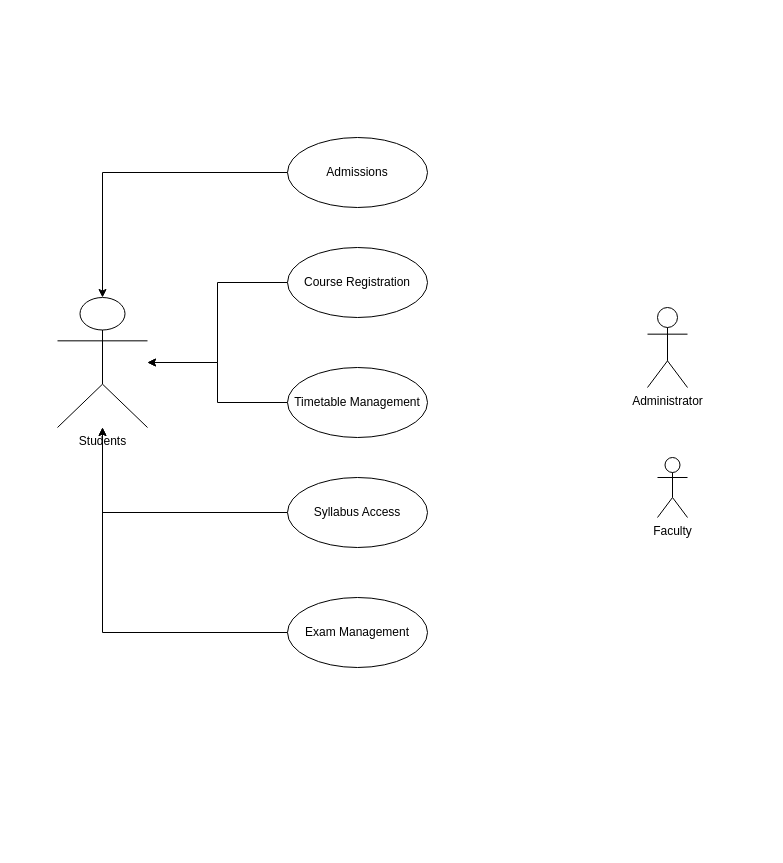
Before: Lab1.drawio in AdityaJyoti2002/calendar-, a draw.io diagram. Source tidied: cells renumbered, new cells numbered last; positions are measured from the earlier drawing's top-left corner, leaving out a move shared by most shapes. Both pictures are drawn from the tidied source at 100%, with x=0, y=0 at pixel (57, 137).
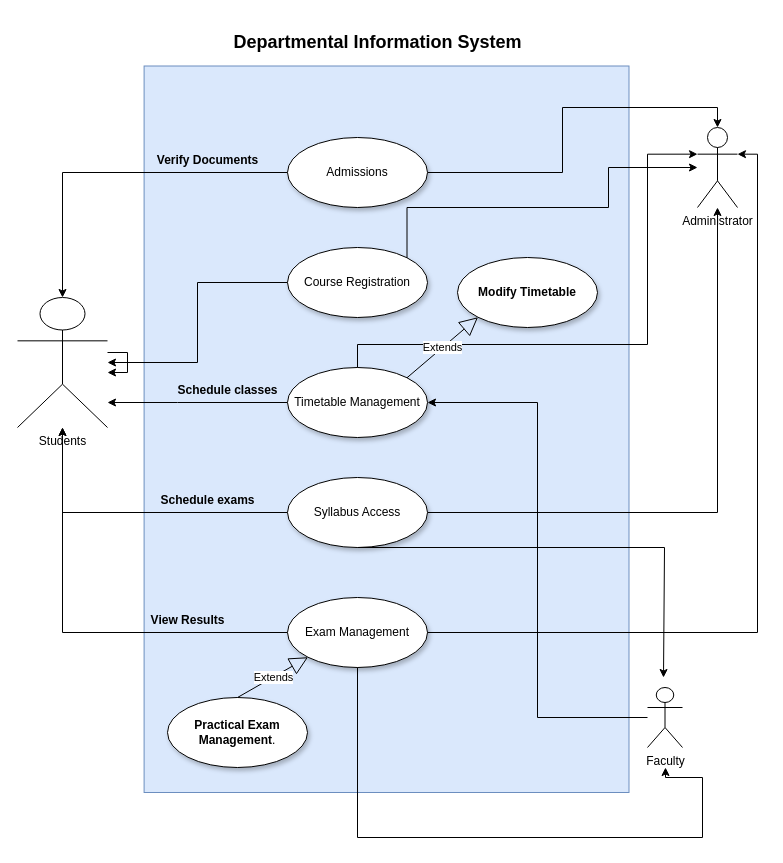
After the change.

The edit, as a diff of the source:
```diff
@@
+    <mxCell id="15" style="rounded=0;whiteSpace=wrap;html=1;rotation=90;fillColor=#dae8fc;strokeColor=#6c8ebf;" parent="1" vertex="1">
+      <mxGeometry x="-34.2" y="49.3" width="726.5" height="484.9" as="geometry" />
+    </mxCell>
     <mxCell id="2" value="Students" style="shape=umlActor;verticalLabelPosition=bottom;verticalAlign=top;html=1;outlineConnect=0;" parent="1" vertex="1">
-      <mxGeometry y="160" width="90" height="130" as="geometry" />
+      <mxGeometry x="-40" y="160" width="90" height="130" as="geometry" />
     </mxCell>
@@
-    <mxCell id="4" value="Admissions" style="ellipse;whiteSpace=wrap;html=1;" parent="1" vertex="1">
-      <mxGeometry x="230" width="140" height="70" as="geometry" />
-    </mxCell>
@@
+    <mxCell id="16" style="edgeStyle=orthogonalEdgeStyle;rounded=0;jettySize=auto;html=1;exitX=1;exitY=0;exitDx=0;exitDy=0;" parent="1" edge="1" source="6" target="13">
+      <mxGeometry relative="1" as="geometry">
+        <Array as="points">
+          <mxPoint x="350" y="70" />
+          <mxPoint x="551" y="70" />
+          <mxPoint x="551" y="30" />
+        </Array>
+      </mxGeometry>
+    </mxCell>
-    <mxCell id="6" value="Course Registration" style="ellipse;whiteSpace=wrap;html=1;" parent="1" vertex="1">
+    <mxCell id="6" value="Course Registration" style="ellipse;whiteSpace=wrap;html=1;shadow=1;" parent="1" vertex="1">
       <mxGeometry x="230" y="110" width="140" height="70" as="geometry" />
     </mxCell>
     <mxCell id="7" style="edgeStyle=orthogonalEdgeStyle;rounded=0;jettySize=auto;html=1;" parent="1" edge="1" source="8" target="2">
-      <mxGeometry relative="1" as="geometry" />
+      <mxGeometry relative="1" as="geometry">
+        <Array as="points">
+          <mxPoint x="120" y="265" />
+          <mxPoint x="120" y="265" />
+        </Array>
+      </mxGeometry>
     </mxCell>
-    <mxCell id="8" value="Timetable Management" style="ellipse;whiteSpace=wrap;html=1;" parent="1" vertex="1">
+    <mxCell id="8" value="Timetable Management" style="ellipse;whiteSpace=wrap;html=1;shadow=1;" parent="1" vertex="1">
       <mxGeometry x="230" y="230" width="140" height="70" as="geometry" />
     </mxCell>
@@
+    <mxCell id="17" style="edgeStyle=orthogonalEdgeStyle;rounded=0;jettySize=auto;html=1;" parent="1" edge="1" source="10" target="13">
+      <mxGeometry relative="1" as="geometry" />
+    </mxCell>
-    <mxCell id="10" value="Syllabus Access" style="ellipse;whiteSpace=wrap;html=1;" parent="1" vertex="1">
+    <mxCell id="10" value="Syllabus Access" style="ellipse;whiteSpace=wrap;html=1;shadow=1;" parent="1" vertex="1">
       <mxGeometry x="230" y="340" width="140" height="70" as="geometry" />
     </mxCell>
@@
-    <mxCell id="12" value="Exam Management" style="ellipse;whiteSpace=wrap;html=1;" parent="1" vertex="1">
+    <mxCell id="12" value="Exam Management" style="ellipse;whiteSpace=wrap;html=1;shadow=1;" parent="1" vertex="1">
       <mxGeometry x="230" y="460" width="140" height="70" as="geometry" />
     </mxCell>
     <mxCell id="13" value="Administrator" style="shape=umlActor;verticalLabelPosition=bottom;verticalAlign=top;html=1;" parent="1" vertex="1">
-      <mxGeometry x="590" y="170" width="40" height="80" as="geometry" />
+      <mxGeometry x="640" y="-10" width="40" height="80" as="geometry" />
     </mxCell>
+    <mxCell id="18" style="edgeStyle=orthogonalEdgeStyle;rounded=0;jettySize=auto;html=1;entryX=1;entryY=0.5;entryDx=0;entryDy=0;" parent="1" edge="1" source="14" target="8">
+      <mxGeometry relative="1" as="geometry" />
+    </mxCell>
     <mxCell id="14" value="Faculty" style="shape=umlActor;verticalLabelPosition=bottom;verticalAlign=top;html=1;" parent="1" vertex="1">
-      <mxGeometry x="600" y="320" width="30" height="60" as="geometry" />
+      <mxGeometry x="590" y="550" width="35" height="60" as="geometry" />
     </mxCell>
+    <mxCell id="19" style="edgeStyle=orthogonalEdgeStyle;rounded=0;jettySize=auto;html=1;entryX=0.5;entryY=0;entryDx=0;entryDy=0;entryPerimeter=0;" parent="1" edge="1" source="4" target="13">
+      <mxGeometry relative="1" as="geometry" />
+    </mxCell>
+    <mxCell id="20" style="edgeStyle=orthogonalEdgeStyle;rounded=0;jettySize=auto;html=1;entryX=1;entryY=0.3333333333333333;entryDx=0;entryDy=0;entryPerimeter=0;" parent="1" edge="1" source="12" target="13">
+      <mxGeometry relative="1" as="geometry" />
+    </mxCell>
+    <mxCell id="21" style="edgeStyle=orthogonalEdgeStyle;rounded=0;jettySize=auto;html=1;" parent="1" edge="1" source="10">
+      <mxGeometry relative="1" as="geometry">
+        <mxPoint x="606" y="540" as="targetPoint" />
+        <Array as="points">
+          <mxPoint x="607" y="410" />
+          <mxPoint x="607" y="540" />
+        </Array>
+      </mxGeometry>
+    </mxCell>
+    <mxCell id="22" value="View Results" style="text;align=center;fontStyle=1;verticalAlign=middle;spacingLeft=3;spacingRight=3;strokeColor=none;html=1;" parent="1" vertex="1">
+      <mxGeometry x="90" y="470" width="80" height="26" as="geometry" />
+    </mxCell>
+    <mxCell id="23" value="Verify Documents" style="text;align=center;fontStyle=1;verticalAlign=middle;spacingLeft=3;spacingRight=3;strokeColor=none;html=1;" parent="1" vertex="1">
+      <mxGeometry x="110" y="10" width="80" height="26" as="geometry" />
+    </mxCell>
+    <mxCell id="24" style="edgeStyle=orthogonalEdgeStyle;rounded=0;jettySize=auto;html=1;" parent="1" edge="1" source="12">
+      <mxGeometry relative="1" as="geometry">
+        <mxPoint x="608" y="630" as="targetPoint" />
+        <Array as="points">
+          <mxPoint x="300" y="700" />
+          <mxPoint x="645" y="700" />
+          <mxPoint x="645" y="640" />
+          <mxPoint x="608" y="640" />
+        </Array>
+      </mxGeometry>
+    </mxCell>
+    <mxCell id="25" style="edgeStyle=orthogonalEdgeStyle;rounded=0;jettySize=auto;html=1;entryX=0;entryY=0.3333333333333333;entryDx=0;entryDy=0;entryPerimeter=0;" parent="1" edge="1" source="8" target="13">
+      <mxGeometry relative="1" as="geometry">
+        <Array as="points">
+          <mxPoint x="300" y="207" />
+          <mxPoint x="590" y="207" />
+          <mxPoint x="590" y="17" />
+        </Array>
+      </mxGeometry>
+    </mxCell>
+    <mxCell id="26" value="&lt;strong&gt;Practical Exam Management&lt;/strong&gt;." style="ellipse;whiteSpace=wrap;html=1;shadow=1;" parent="1" vertex="1">
+      <mxGeometry x="110" y="560" width="140" height="70" as="geometry" />
+    </mxCell>
+    <mxCell id="27" value="&lt;strong&gt;Modify Timetable&lt;/strong&gt;" style="ellipse;whiteSpace=wrap;html=1;shadow=1;" parent="1" vertex="1">
+      <mxGeometry x="400" y="120" width="140" height="70" as="geometry" />
+    </mxCell>
+    <mxCell id="28" value="Schedule classes" style="text;align=center;fontStyle=1;verticalAlign=middle;spacingLeft=3;spacingRight=3;strokeColor=none;html=1;" parent="1" vertex="1">
+      <mxGeometry x="130" y="240" width="80" height="26" as="geometry" />
+    </mxCell>
+    <mxCell id="29" value="Schedule exams" style="text;align=center;fontStyle=1;verticalAlign=middle;spacingLeft=3;spacingRight=3;strokeColor=none;html=1;" parent="1" vertex="1">
+      <mxGeometry x="110" y="350" width="80" height="26" as="geometry" />
+    </mxCell>
+    <mxCell id="4" value="Admissions" style="ellipse;whiteSpace=wrap;html=1;shadow=1;" parent="1" vertex="1">
+      <mxGeometry x="230" width="140" height="70" as="geometry" />
+    </mxCell>
+    <mxCell id="30" value="Departmental Information System" style="text;align=center;fontStyle=1;verticalAlign=middle;spacingLeft=3;spacingRight=3;strokeColor=none;html=1;fontSize=18;" parent="1" vertex="1">
+      <mxGeometry x="240" y="-120" width="160" height="50" as="geometry" />
+    </mxCell>
+    <mxCell id="31" value="Extends" style="endArrow=block;endSize=16;endFill=0;html=1;rounded=0;exitX=0.5;exitY=0;exitDx=0;exitDy=0;entryX=0;entryY=1;entryDx=0;entryDy=0;" parent="1" edge="1" source="26" target="12">
+      <mxGeometry relative="1" as="geometry" />
+    </mxCell>
+    <mxCell id="32" value="Extends" style="endArrow=block;endSize=16;endFill=0;html=1;rounded=0;exitX=1;exitY=0;exitDx=0;exitDy=0;entryX=0;entryY=1;entryDx=0;entryDy=0;" parent="1" edge="1" source="8" target="27">
+      <mxGeometry relative="1" as="geometry" />
+    </mxCell>
+    <mxCell id="33" style="edgeStyle=orthogonalEdgeStyle;rounded=0;orthogonalLoop=1;jettySize=auto;html=1;" parent="1" edge="1" source="2" target="2">
+      <mxGeometry relative="1" as="geometry" />
+    </mxCell>
```
